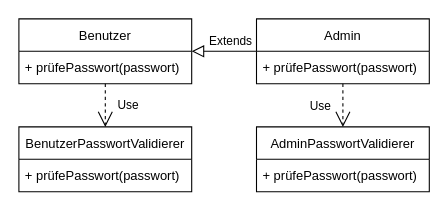
Before: tex/img/NachLSP.drawio in xThale/Seminararbeit, a draw.io diagram. Source tidied: cells renumbered, new cells numbered last; positions are measured from the earlier drawing's top-left corner, leaving out a move shared by most shapes. Both pictures are drawn from the tidied source at 108%, with x=0, y=0 at pixel (18, 18).
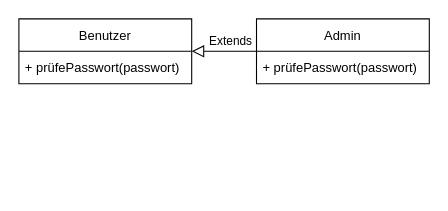
The same diagram, later.

Change to the diagram source:
```diff
@@
 <mxGraphModel>
   <root>
     <mxCell id="0" />
     <mxCell id="1" parent="0" />
     <mxCell id="2" value="Benutzer" style="swimlane;fontStyle=0;horizontal=1;startSize=30;" parent="1" vertex="1">
       <mxGeometry width="160" height="60" as="geometry" />
     </mxCell>
     <mxCell id="3" value="+ prüfePasswort(passwort)" style="text;strokeColor=none;fillColor=none;align=left;verticalAlign=middle;spacingLeft=4;spacingRight=4;overflow=hidden;" parent="2" vertex="1">
       <mxGeometry y="30" width="160" height="30" as="geometry" />
     </mxCell>
     <mxCell id="4" value="Admin" style="swimlane;fontStyle=0;horizontal=1;startSize=30;" parent="1" vertex="1">
       <mxGeometry x="220" width="160" height="60" as="geometry" />
     </mxCell>
     <mxCell id="5" value="+ prüfePasswort(passwort)" style="text;strokeColor=none;fillColor=none;align=left;verticalAlign=middle;spacingLeft=4;spacingRight=4;overflow=hidden;" parent="4" vertex="1">
       <mxGeometry y="30" width="160" height="30" as="geometry" />
     </mxCell>
-    <mxCell id="6" value="BenutzerPasswortValidierer" style="swimlane;fontStyle=0;horizontal=1;startSize=30;" parent="1" vertex="1">
-      <mxGeometry y="100" width="160" height="60" as="geometry" />
-    </mxCell>
-    <mxCell id="7" value="+ prüfePasswort(passwort)" style="text;strokeColor=none;fillColor=none;align=left;verticalAlign=middle;spacingLeft=4;spacingRight=4;overflow=hidden;" parent="6" vertex="1">
-      <mxGeometry y="30" width="160" height="30" as="geometry" />
-    </mxCell>
-    <mxCell id="8" value="Use" style="endArrow=open;endSize=12;dashed=1;html=1;rounded=0;edgeStyle=orthogonalEdgeStyle;entryX=0.5;entryY=0;entryDx=0;entryDy=0;exitX=0.5;exitY=1;exitDx=0;exitDy=0;" parent="1" edge="1" source="2" target="6">
-      <mxGeometry y="21" relative="1" as="geometry" />
-    </mxCell>
     <mxCell id="9" value="Extends" style="endArrow=block;endSize=9;endFill=0;html=1;rounded=0;edgeStyle=orthogonalEdgeStyle;exitX=0;exitY=0.5;exitDx=0;exitDy=0;entryX=1;entryY=0.5;entryDx=0;entryDy=0;" parent="1" edge="1" source="4" target="2">
       <mxGeometry x="-0.2" y="-9" relative="1" as="geometry" />
     </mxCell>
-    <mxCell id="10" value="AdminPasswortValidierer" style="swimlane;fontStyle=0;horizontal=1;startSize=30;" parent="1" vertex="1">
-      <mxGeometry x="220" y="100" width="160" height="60" as="geometry" />
-    </mxCell>
-    <mxCell id="11" value="+ prüfePasswort(passwort)" style="text;strokeColor=none;fillColor=none;align=left;verticalAlign=middle;spacingLeft=4;spacingRight=4;overflow=hidden;" parent="10" vertex="1">
-      <mxGeometry y="30" width="160" height="30" as="geometry" />
-    </mxCell>
-    <mxCell id="12" value="Use" style="endArrow=open;endSize=12;dashed=1;html=1;rounded=0;edgeStyle=orthogonalEdgeStyle;entryX=0.5;entryY=0;entryDx=0;entryDy=0;exitX=0.5;exitY=1;exitDx=0;exitDy=0;" parent="1" edge="1" source="4" target="10">
-      <mxGeometry x="0.07" y="-21" relative="1" as="geometry" />
-    </mxCell>
   </root>
 </mxGraphModel>
```
